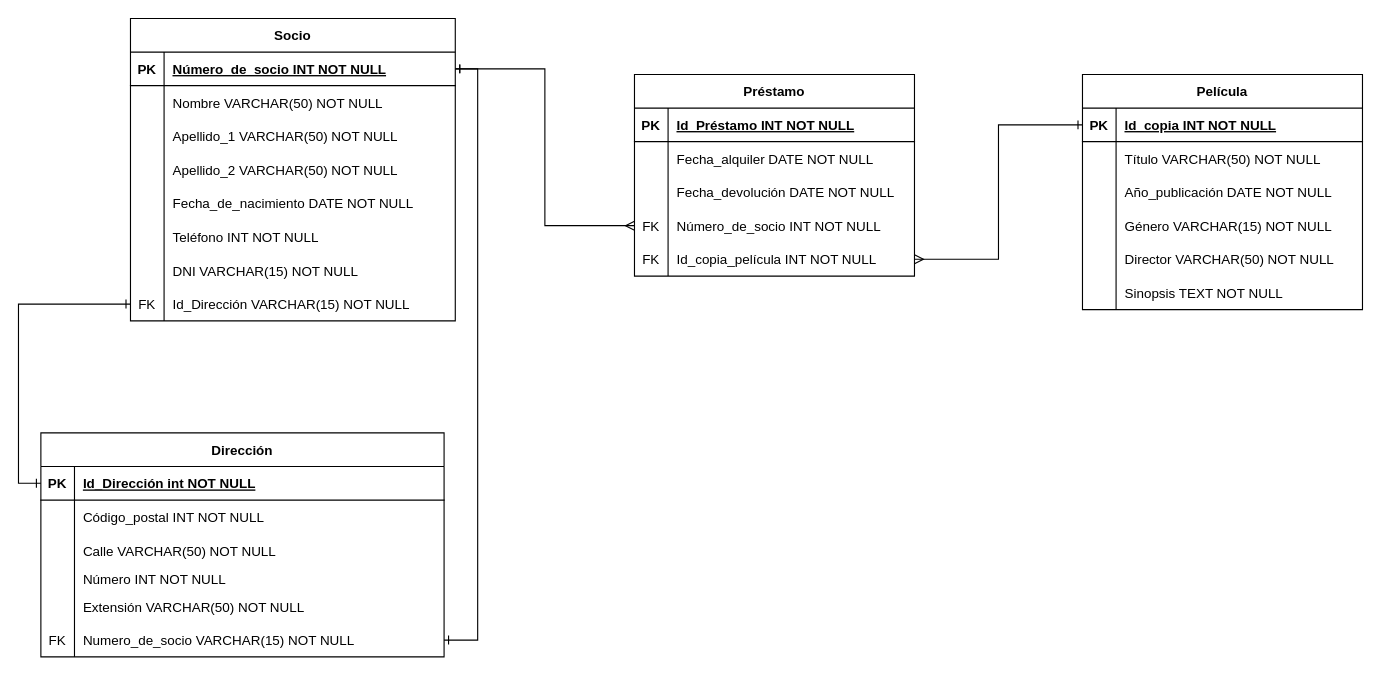
The draw.io diagram PracticaSQLEntidadRelacion.drawio in doi1987/PracticaSQL, before the edit. Source tidied: cells renumbered, new cells numbered last; positions are measured from the earlier drawing's top-left corner, leaving out a move shared by most shapes. Both pictures are drawn from the tidied source at 112%, with x=0, y=0 at pixel (40, 18).
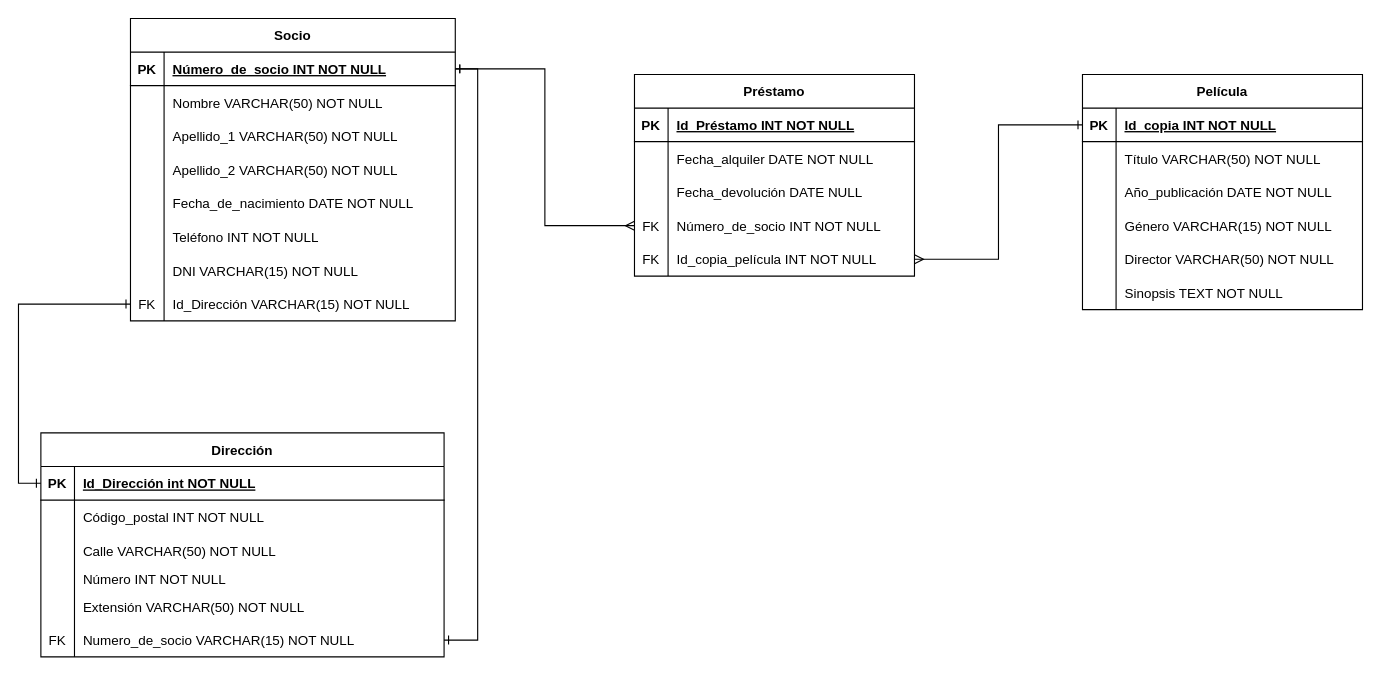
The same page after the edit.

Commit message:
actualizando modelo

The change refers to these unchanged cells:
```xml
<mxCell id="73" style="shape=partialRectangle;fillColor=none;top=0;left=0;right=0;bottom=0;" parent="66" vertex="1">
  <mxGeometry y="90" width="250" height="30" as="geometry" />
</mxCell>
```

The edit, as a diff of the source:
```diff
@@
-    <mxCell id="75" value="Fecha_devolución DATE NOT NULL" style="shape=partialRectangle;overflow=hidden;fillColor=none;top=0;left=0;bottom=0;right=0;align=left;spacingLeft=6;" parent="73" vertex="1">
+    <mxCell id="75" value="Fecha_devolución DATE NULL" style="shape=partialRectangle;overflow=hidden;fillColor=none;top=0;left=0;bottom=0;right=0;align=left;spacingLeft=6;" parent="73" vertex="1">
       <mxGeometry x="30" width="220" height="30" as="geometry" />
     </mxCell>
```
